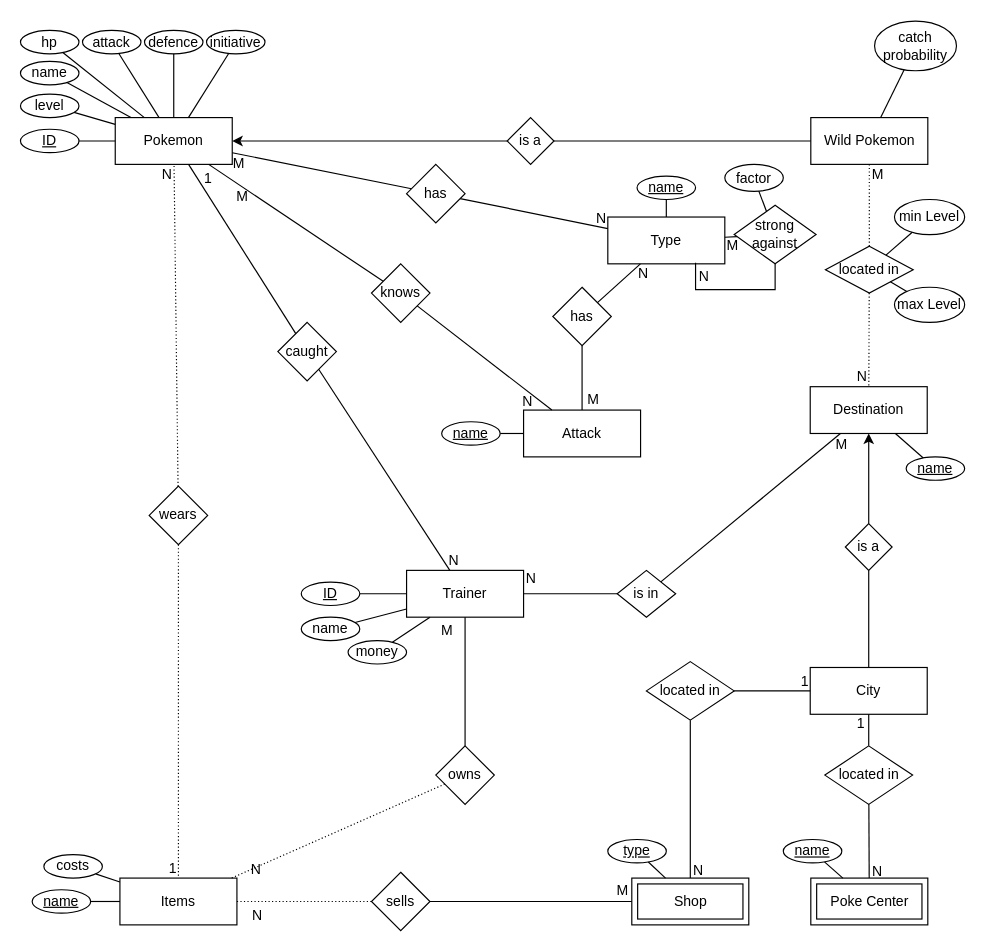
The draw.io diagram Pokemon Scuffed Gray.drawio in mypictur3esforu/Pokemon-Scuffed-Grey, before the edit. Source tidied: cells renumbered, new cells numbered last; positions are measured from the earlier drawing's top-left corner, leaving out a move shared by most shapes. Both pictures are drawn from the tidied source at 117%, with x=0, y=0 at pixel (20, 20).
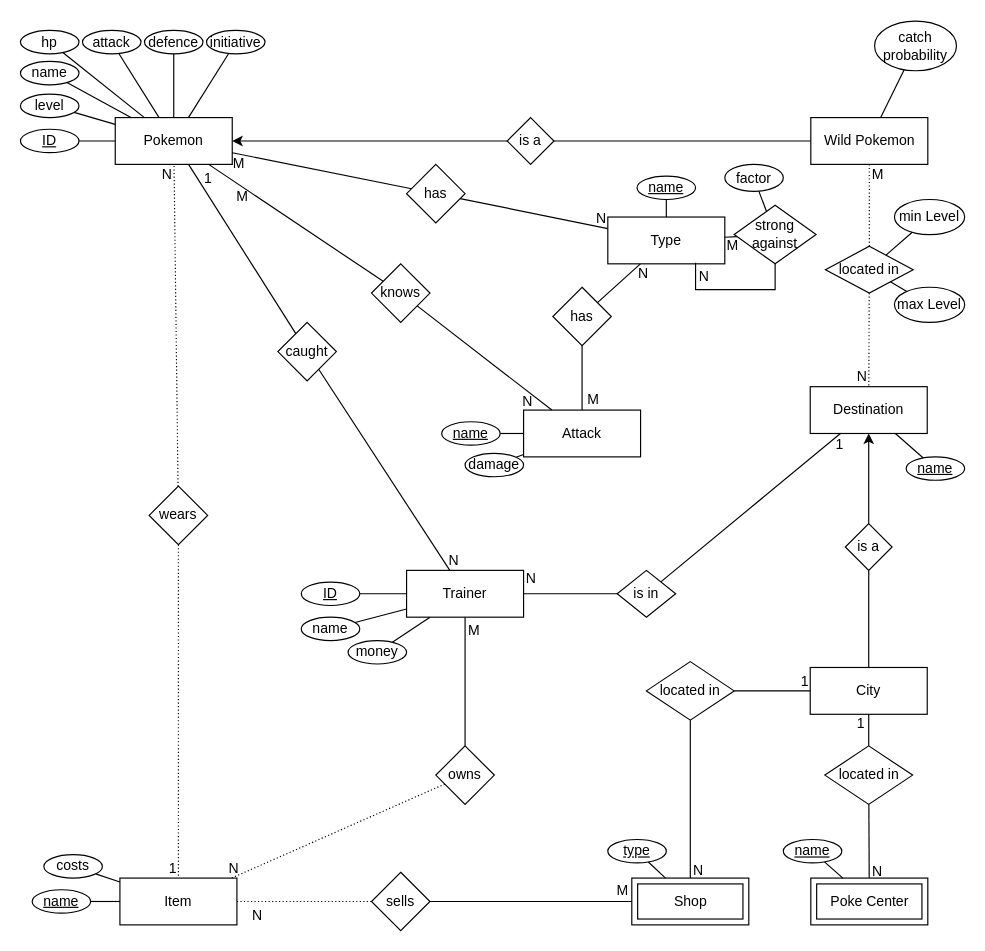
Above is the later version.

Unchanged cells that the change refers to:
```xml
<mxCell id="9" value="Attack" style="whiteSpace=wrap;html=1;align=center;" parent="1" vertex="1">
  <mxGeometry x="430" y="333" width="100" height="40" as="geometry" />
</mxCell>
<mxCell id="21" style="endArrow=none;html=1;rounded=0;" parent="1" edge="1" source="20" target="8">
  <mxGeometry relative="1" as="geometry" />
</mxCell>
<mxCell id="33" style="endArrow=none;html=1;rounded=0;" parent="1" edge="1" source="7" target="35">
  <mxGeometry relative="1" as="geometry" />
</mxCell>
<mxCell id="41" style="endArrow=none;html=1;rounded=0;dashed=1;dashPattern=1 2;" parent="1" edge="1" source="20" target="19">
  <mxGeometry relative="1" as="geometry" />
</mxCell>
```

Diff of the diagram source:
```diff
@@
-    <mxCell id="19" value="Items" style="whiteSpace=wrap;html=1;align=center;" parent="1" vertex="1">
+    <mxCell id="19" value="Item" style="whiteSpace=wrap;html=1;align=center;" parent="1" vertex="1">
       <mxGeometry x="85" y="733" width="100" height="40" as="geometry" />
     </mxCell>
@@
     <mxCell id="22" value="M" style="html=1;whiteSpace=wrap;align=right;verticalAlign=bottom;" parent="21" vertex="1">
       <mxGeometry x="1" relative="1" as="geometry">
-        <mxPoint x="-9" y="20" as="offset" />
+        <mxPoint x="14" y="20" as="offset" />
       </mxGeometry>
     </mxCell>
@@
-    <mxCell id="34" value="M" style="html=1;whiteSpace=wrap;align=left;verticalAlign=bottom;" parent="33" vertex="1">
+    <mxCell id="34" value="1" style="html=1;whiteSpace=wrap;align=left;verticalAlign=bottom;" parent="33" vertex="1">
       <mxGeometry x="-1" relative="1" as="geometry">
         <mxPoint x="-6" y="18" as="offset" />
       </mxGeometry>
     </mxCell>
@@
     <mxCell id="42" value="N" style="html=1;whiteSpace=wrap;align=right;verticalAlign=bottom;" parent="41" vertex="1">
       <mxGeometry x="1" relative="1" as="geometry">
-        <mxPoint x="26" y="1" as="offset" />
+        <mxPoint x="7" as="offset" />
       </mxGeometry>
     </mxCell>
@@
+    <mxCell id="121" value="damage" style="ellipse;whiteSpace=wrap;html=1;align=center;" parent="1" vertex="1">
+      <mxGeometry x="380" y="370" width="50" height="20" as="geometry" />
+    </mxCell>
+    <mxCell id="122" style="endArrow=none;html=1;rounded=0;elbow=vertical;" parent="1" edge="1" source="9" target="121">
+      <mxGeometry relative="1" as="geometry" />
+    </mxCell>
```
